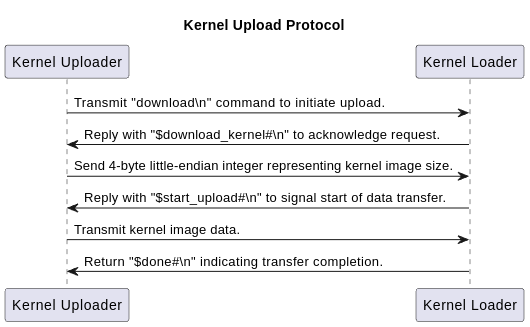
Above: KernelLoader/protocol.png in gama79530/NYCU_2024_Operating_System_Capstone (PlantUML), before the change. Its source is kept beside it as KernelLoader/protocol.puml.
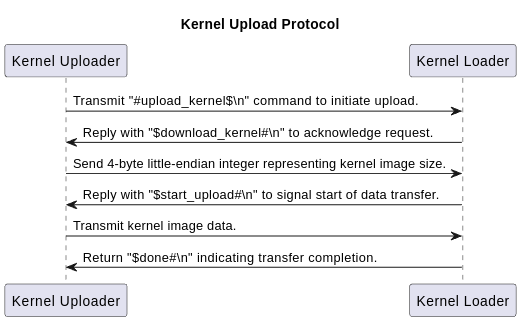
After the change.

Commit message:
Update Kernel Upload Protocol diagrams

Change to the diagram source:
```diff
@@ -5,7 +5,7 @@
 participant "Kernel Uploader"
 participant "Kernel Loader"
 
-"Kernel Uploader" -> "Kernel Loader": Transmit "download\\n" command to initiate upload.
+"Kernel Uploader" -> "Kernel Loader": Transmit "#upload_kernel$\\n" command to initiate upload.
 "Kernel Loader" -> "Kernel Uploader": Reply with "$download_kernel#\\n" to acknowledge request.
 "Kernel Uploader" -> "Kernel Loader": Send 4-byte little-endian integer representing kernel image size.
 "Kernel Loader" -> "Kernel Uploader": Reply with "$start_upload#\\n" to signal start of data transfer.
```
